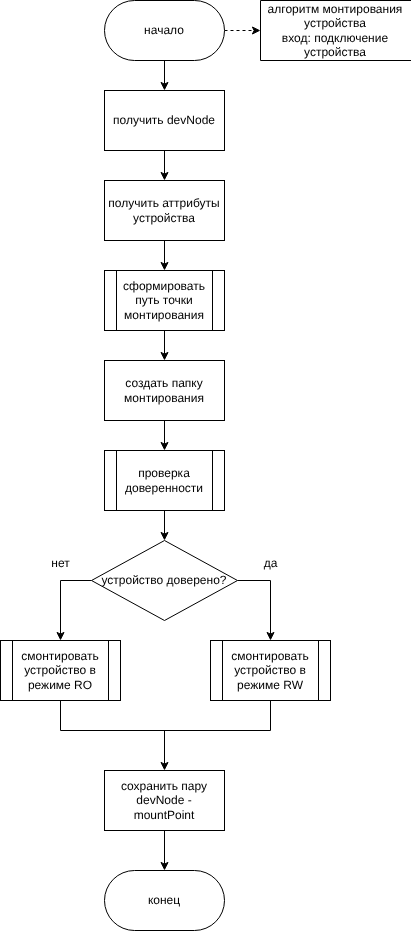
This is Notes/report/inc/img/mount_algo.drawio.png from pitsmit/Diploma_IU7_2026, a draw.io export, as it was before one commit. Source tidied: cells renumbered, new cells last; positions are measured from the earlier drawing's top-left corner, leaving out a move shared by most shapes.
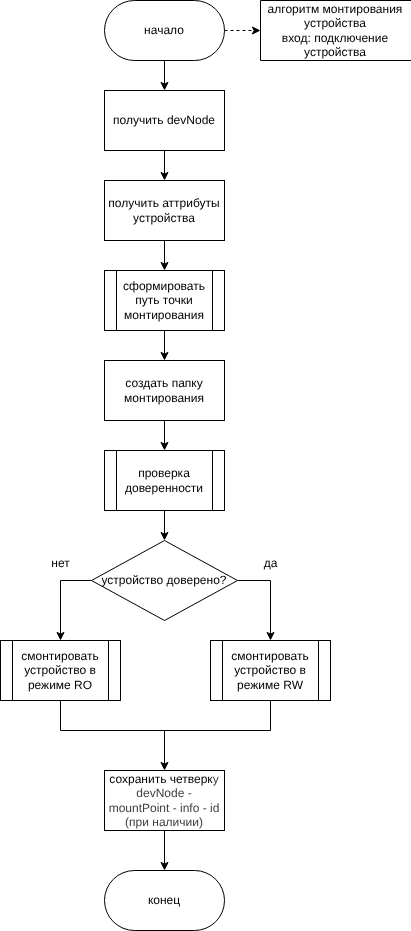
The same diagram one commit later.

What changed in the source:
```diff
@@ -75,7 +75,7 @@
     <mxCell id="22" style="edgeStyle=none;html=1;entryX=0.5;entryY=0;entryDx=0;entryDy=0;" parent="1" edge="1" source="23" target="5">
       <mxGeometry relative="1" as="geometry" />
     </mxCell>
-    <mxCell id="23" value="сохранить пару devNode - mountPoint" style="rounded=0;whiteSpace=wrap;html=1;" parent="1" vertex="1">
+    <mxCell id="23" value="сохранить четверк&lt;span style=&quot;color: rgb(63, 63, 63); background-color: transparent;&quot;&gt;у devNode - mountPoint - info - id (при наличии)&lt;/span&gt;" style="rounded=0;whiteSpace=wrap;html=1;" parent="1" vertex="1">
       <mxGeometry x="104" y="770" width="120" height="60" as="geometry" />
     </mxCell>
     <mxCell id="24" style="edgeStyle=none;html=1;entryX=0.5;entryY=1;entryDx=0;entryDy=0;endArrow=none;endFill=0;rounded=0;curved=0;" parent="1" edge="1" source="25" target="20">
```
